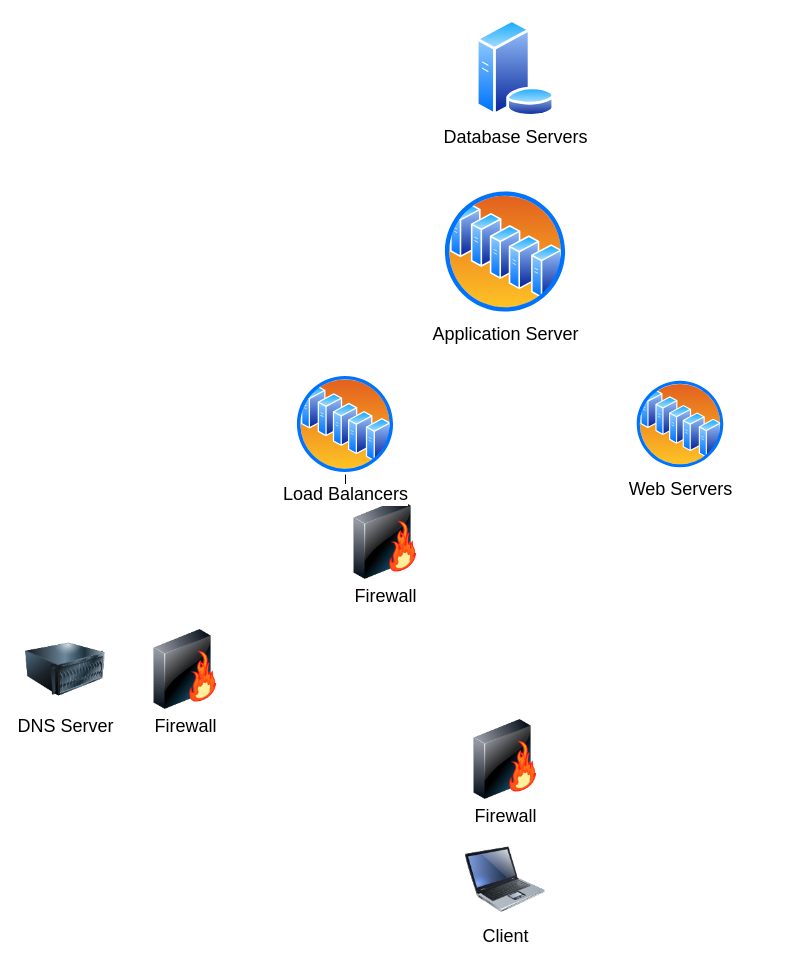
Above: 0x11-what_happens_when_your_type_google_com_in_your_browser_and_press_enter/Untitled Diagram.drawio in getdaniel/alx-system_engineering-devops (draw.io), before the change. Source tidied: cells renumbered, new cells numbered last; positions are measured from the earlier drawing's top-left corner, leaving out a move shared by most shapes. Both pictures are drawn from the tidied source at 100%, with x=0, y=0 at pixel (25, 19).
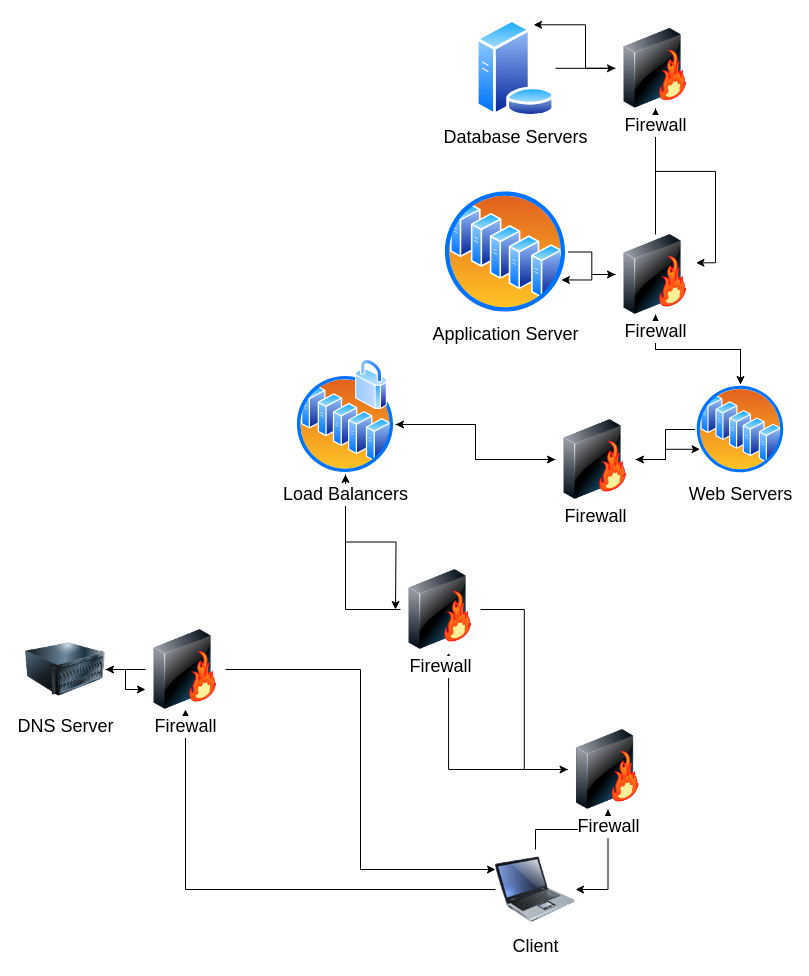
Above is the later version.

The change refers to these unchanged cells:
```xml
<mxCell id="3" value="&lt;font style=&quot;font-size: 18px;&quot;&gt;DNS Server&lt;/font&gt;" style="image;html=1;image=img/lib/clip_art/computers/Server_128x128.png;" parent="1" vertex="1">
  <mxGeometry y="610" width="80" height="80" as="geometry" />
</mxCell>
<mxCell id="5" value="&lt;font style=&quot;font-size: 18px;&quot;&gt;Firewall&lt;/font&gt;" style="image;html=1;image=img/lib/clip_art/networking/Firewall-page1_128x128.png;" parent="1" vertex="1">
  <mxGeometry x="120" y="610" width="80" height="80" as="geometry" />
</mxCell>
<mxCell id="9" value="&lt;font style=&quot;font-size: 18px;&quot;&gt;Load Balancers&lt;/font&gt;" style="perimeter=ellipsePerimeter;html=1;align=center;shadow=0;dashed=0;spacingTop=3;image;image=img/lib/active_directory/server_farm.svg;" parent="1" vertex="1">
  <mxGeometry x="270" y="355" width="100" height="100" as="geometry" />
</mxCell>
<mxCell id="10" value="&lt;font style=&quot;font-size: 18px;&quot;&gt;Database Servers&lt;/font&gt;" style="perimeter=ellipsePerimeter;html=1;align=center;shadow=0;dashed=0;spacingTop=3;image;image=img/lib/active_directory/database_server.svg;" parent="1" vertex="1">
  <mxGeometry x="450" width="80" height="97.6" as="geometry" />
</mxCell>
<mxCell id="11" value="&lt;font style=&quot;font-size: 18px;&quot;&gt;Application Server&lt;/font&gt;" style="perimeter=ellipsePerimeter;html=1;align=center;shadow=0;dashed=0;spacingTop=3;image;image=img/lib/active_directory/server_farm.svg;" parent="1" vertex="1">
  <mxGeometry x="417.5" y="170" width="125" height="125" as="geometry" />
</mxCell>
```

What changed in the source:
```diff
@@
+    <mxCell id="12" style="edgeStyle=orthogonalEdgeStyle;rounded=0;jettySize=auto;html=1;fontSize=18;" parent="1" edge="1" source="2" target="5">
+      <mxGeometry relative="1" as="geometry" />
+    </mxCell>
+    <mxCell id="13" style="edgeStyle=orthogonalEdgeStyle;rounded=0;jettySize=auto;html=1;fontSize=18;" parent="1" edge="1" source="2" target="4">
+      <mxGeometry relative="1" as="geometry" />
+    </mxCell>
     <mxCell id="2" value="&lt;font style=&quot;font-size: 18px;&quot;&gt;Client&lt;/font&gt;" style="image;html=1;image=img/lib/clip_art/computers/Laptop_128x128.png;" parent="1" vertex="1">
-      <mxGeometry x="440" y="820" width="80" height="80" as="geometry" />
+      <mxGeometry x="470" y="830" width="80" height="80" as="geometry" />
     </mxCell>
+    <mxCell id="14" style="edgeStyle=orthogonalEdgeStyle;rounded=0;jettySize=auto;html=1;entryX=0;entryY=0.75;entryDx=0;entryDy=0;fontSize=18;" parent="1" edge="1" source="3" target="5">
+      <mxGeometry relative="1" as="geometry" />
+    </mxCell>
@@
+    <mxCell id="15" style="edgeStyle=orthogonalEdgeStyle;rounded=0;jettySize=auto;html=1;entryX=0.601;entryY=1.041;entryDx=0;entryDy=0;entryPerimeter=0;fontSize=18;" parent="1" edge="1" source="4" target="6">
+      <mxGeometry relative="1" as="geometry" />
+    </mxCell>
+    <mxCell id="16" style="edgeStyle=orthogonalEdgeStyle;rounded=0;jettySize=auto;html=1;entryX=1;entryY=0.5;entryDx=0;entryDy=0;fontSize=18;" parent="1" edge="1" source="4" target="2">
+      <mxGeometry relative="1" as="geometry" />
+    </mxCell>
     <mxCell id="4" value="&lt;font style=&quot;font-size: 18px;&quot;&gt;Firewall&lt;/font&gt;" style="image;html=1;image=img/lib/clip_art/networking/Firewall-page1_128x128.png;" parent="1" vertex="1">
-      <mxGeometry x="440" y="700" width="80" height="80" as="geometry" />
+      <mxGeometry x="542.5" y="710" width="80" height="80" as="geometry" />
     </mxCell>
+    <mxCell id="17" style="edgeStyle=orthogonalEdgeStyle;rounded=0;jettySize=auto;html=1;exitX=0;exitY=0.5;exitDx=0;exitDy=0;fontSize=18;" parent="1" edge="1" source="5" target="3">
+      <mxGeometry relative="1" as="geometry" />
+    </mxCell>
+    <mxCell id="18" style="edgeStyle=orthogonalEdgeStyle;rounded=0;jettySize=auto;html=1;entryX=0;entryY=0.25;entryDx=0;entryDy=0;fontSize=18;" parent="1" edge="1" source="5" target="2">
+      <mxGeometry relative="1" as="geometry" />
+    </mxCell>
@@
+    <mxCell id="19" style="edgeStyle=orthogonalEdgeStyle;rounded=0;jettySize=auto;html=1;fontSize=18;" parent="1" edge="1" source="6" target="9">
+      <mxGeometry relative="1" as="geometry" />
+    </mxCell>
+    <mxCell id="20" style="edgeStyle=orthogonalEdgeStyle;rounded=0;jettySize=auto;html=1;entryX=0;entryY=0.5;entryDx=0;entryDy=0;fontSize=18;" parent="1" edge="1" source="6" target="4">
+      <mxGeometry relative="1" as="geometry" />
+    </mxCell>
     <mxCell id="6" value="&lt;font style=&quot;font-size: 18px;&quot;&gt;Firewall&lt;/font&gt;" style="image;html=1;image=img/lib/clip_art/networking/Firewall-page1_128x128.png;" parent="1" vertex="1">
-      <mxGeometry x="320" y="480" width="80" height="80" as="geometry" />
+      <mxGeometry x="375" y="550" width="80" height="80" as="geometry" />
     </mxCell>
+    <mxCell id="21" style="edgeStyle=orthogonalEdgeStyle;rounded=0;jettySize=auto;html=1;fontSize=18;" parent="1" edge="1" source="7" target="33">
+      <mxGeometry relative="1" as="geometry" />
+    </mxCell>
+    <mxCell id="22" style="edgeStyle=orthogonalEdgeStyle;rounded=0;jettySize=auto;html=1;fontSize=18;" parent="1" edge="1" source="7" target="29">
+      <mxGeometry relative="1" as="geometry" />
+    </mxCell>
     <mxCell id="7" value="&lt;font style=&quot;font-size: 18px;&quot;&gt;Web Servers&lt;/font&gt;" style="perimeter=ellipsePerimeter;html=1;align=center;shadow=0;dashed=0;spacingTop=3;image;image=img/lib/active_directory/server_farm.svg;" parent="1" vertex="1">
-      <mxGeometry x="610" y="360" width="90" height="90" as="geometry" />
+      <mxGeometry x="670" y="365" width="90" height="90" as="geometry" />
     </mxCell>
-    <mxCell id="8" style="edgeStyle=orthogonalEdgeStyle;rounded=0;jettySize=auto;html=1;fontSize=18;" parent="1" edge="1" source="9" target="6">
-      <mxGeometry relative="1" as="geometry" />
-    </mxCell>
+    <mxCell id="23" style="edgeStyle=orthogonalEdgeStyle;rounded=0;jettySize=auto;html=1;fontSize=18;" parent="1" edge="1" source="9" target="29">
+      <mxGeometry relative="1" as="geometry" />
+    </mxCell>
+    <mxCell id="24" style="edgeStyle=orthogonalEdgeStyle;rounded=0;jettySize=auto;html=1;fontSize=18;" parent="1" edge="1" source="9">
+      <mxGeometry relative="1" as="geometry">
+        <mxPoint x="370" y="590" as="targetPoint" />
+      </mxGeometry>
+    </mxCell>
@@
+    <mxCell id="25" style="edgeStyle=orthogonalEdgeStyle;rounded=0;jettySize=auto;html=1;fontSize=18;" parent="1" edge="1" source="10" target="36">
+      <mxGeometry relative="1" as="geometry" />
+    </mxCell>
@@
+    <mxCell id="26" style="edgeStyle=orthogonalEdgeStyle;rounded=0;jettySize=auto;html=1;fontSize=18;" parent="1" edge="1" source="11" target="33">
+      <mxGeometry relative="1" as="geometry" />
+    </mxCell>
@@
+    <mxCell id="27" style="edgeStyle=orthogonalEdgeStyle;rounded=0;jettySize=auto;html=1;exitX=1;exitY=0.5;exitDx=0;exitDy=0;entryX=0;entryY=0.75;entryDx=0;entryDy=0;fontSize=18;" parent="1" edge="1" source="29" target="7">
+      <mxGeometry relative="1" as="geometry" />
+    </mxCell>
+    <mxCell id="28" style="edgeStyle=orthogonalEdgeStyle;rounded=0;jettySize=auto;html=1;entryX=1;entryY=0.5;entryDx=0;entryDy=0;fontSize=18;" parent="1" edge="1" source="29" target="9">
+      <mxGeometry relative="1" as="geometry" />
+    </mxCell>
+    <mxCell id="29" value="&lt;font style=&quot;font-size: 18px;&quot;&gt;Firewall&lt;/font&gt;" style="image;html=1;image=img/lib/clip_art/networking/Firewall-page1_128x128.png;" parent="1" vertex="1">
+      <mxGeometry x="530" y="400" width="80" height="80" as="geometry" />
+    </mxCell>
+    <mxCell id="30" style="edgeStyle=orthogonalEdgeStyle;rounded=0;jettySize=auto;html=1;entryX=0.5;entryY=0;entryDx=0;entryDy=0;fontSize=18;" parent="1" edge="1" source="33" target="7">
+      <mxGeometry relative="1" as="geometry" />
+    </mxCell>
+    <mxCell id="31" style="edgeStyle=orthogonalEdgeStyle;rounded=0;jettySize=auto;html=1;entryX=1;entryY=0.75;entryDx=0;entryDy=0;fontSize=18;" parent="1" edge="1" source="33" target="11">
+      <mxGeometry relative="1" as="geometry" />
+    </mxCell>
+    <mxCell id="32" style="edgeStyle=orthogonalEdgeStyle;rounded=0;jettySize=auto;html=1;fontSize=18;" parent="1" edge="1" source="33" target="36">
+      <mxGeometry relative="1" as="geometry" />
+    </mxCell>
+    <mxCell id="33" value="&lt;font style=&quot;font-size: 18px;&quot;&gt;Firewall&lt;/font&gt;" style="image;html=1;image=img/lib/clip_art/networking/Firewall-page1_128x128.png;" parent="1" vertex="1">
+      <mxGeometry x="590" y="215" width="80" height="80" as="geometry" />
+    </mxCell>
+    <mxCell id="34" style="edgeStyle=orthogonalEdgeStyle;rounded=0;jettySize=auto;html=1;entryX=1.006;entryY=0.354;entryDx=0;entryDy=0;entryPerimeter=0;fontSize=18;" parent="1" edge="1" source="36" target="33">
+      <mxGeometry relative="1" as="geometry" />
+    </mxCell>
+    <mxCell id="35" style="edgeStyle=orthogonalEdgeStyle;rounded=0;jettySize=auto;html=1;entryX=0.75;entryY=0;entryDx=0;entryDy=0;fontSize=18;" parent="1" edge="1" source="36" target="10">
+      <mxGeometry relative="1" as="geometry" />
+    </mxCell>
+    <mxCell id="36" value="&lt;font style=&quot;font-size: 18px;&quot;&gt;Firewall&lt;/font&gt;" style="image;html=1;image=img/lib/clip_art/networking/Firewall-page1_128x128.png;" parent="1" vertex="1">
+      <mxGeometry x="590" y="8.8" width="80" height="80" as="geometry" />
+    </mxCell>
+    <mxCell id="37" style="perimeter=ellipsePerimeter;html=1;align=center;shadow=0;dashed=0;spacingTop=3;image;image=img/lib/active_directory/secure.svg;fontSize=18;" parent="1" vertex="1">
+      <mxGeometry x="330" y="340" width="32" height="50" as="geometry" />
+    </mxCell>
```
